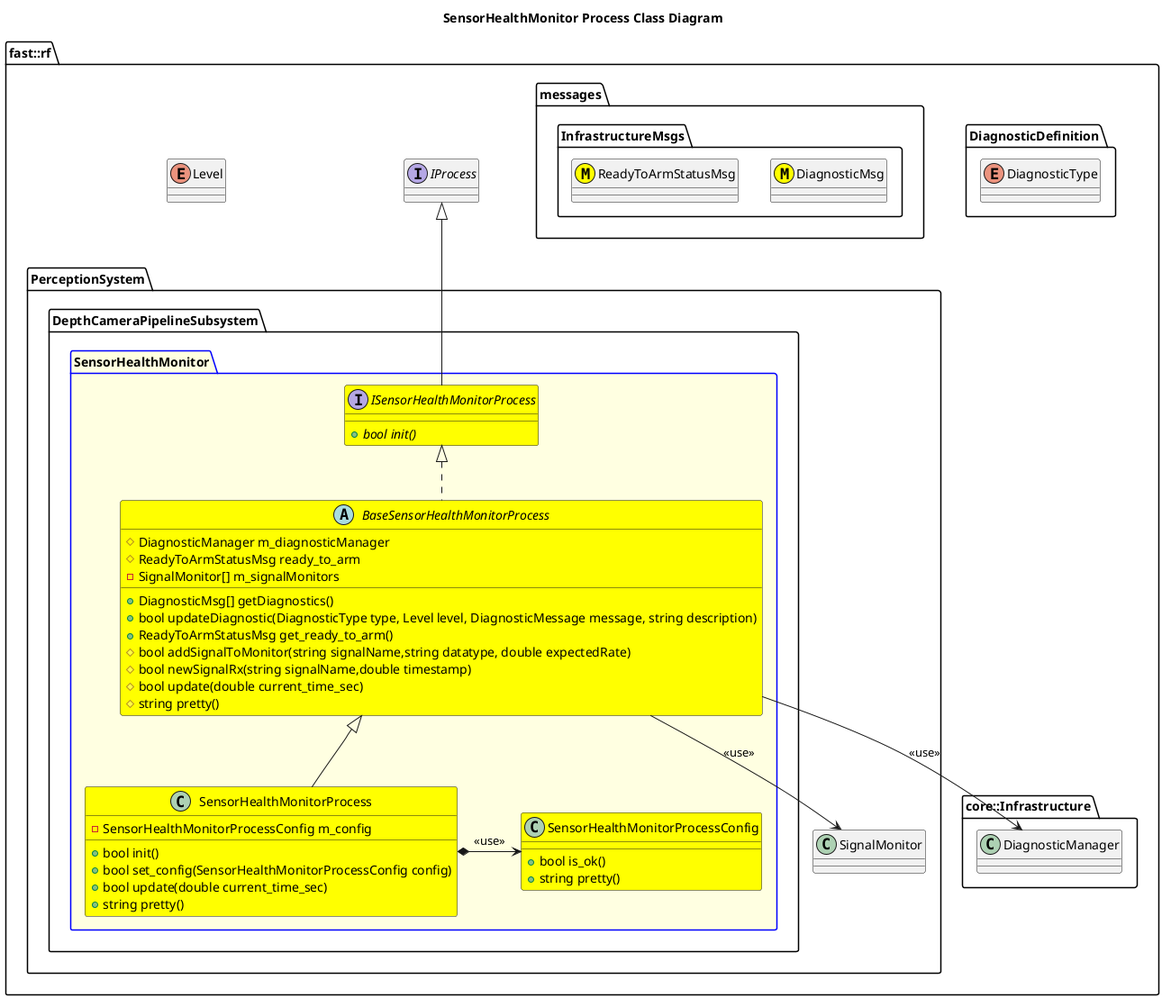
Above: Systems/Perception/Subsystems/DepthCameraPipeline/Processes/SensorHealthMonitor/doc/puml/SensorHealthMonitorProcessClassDiagram.png in fastrobotics/robot_framework (PlantUML), before the change.
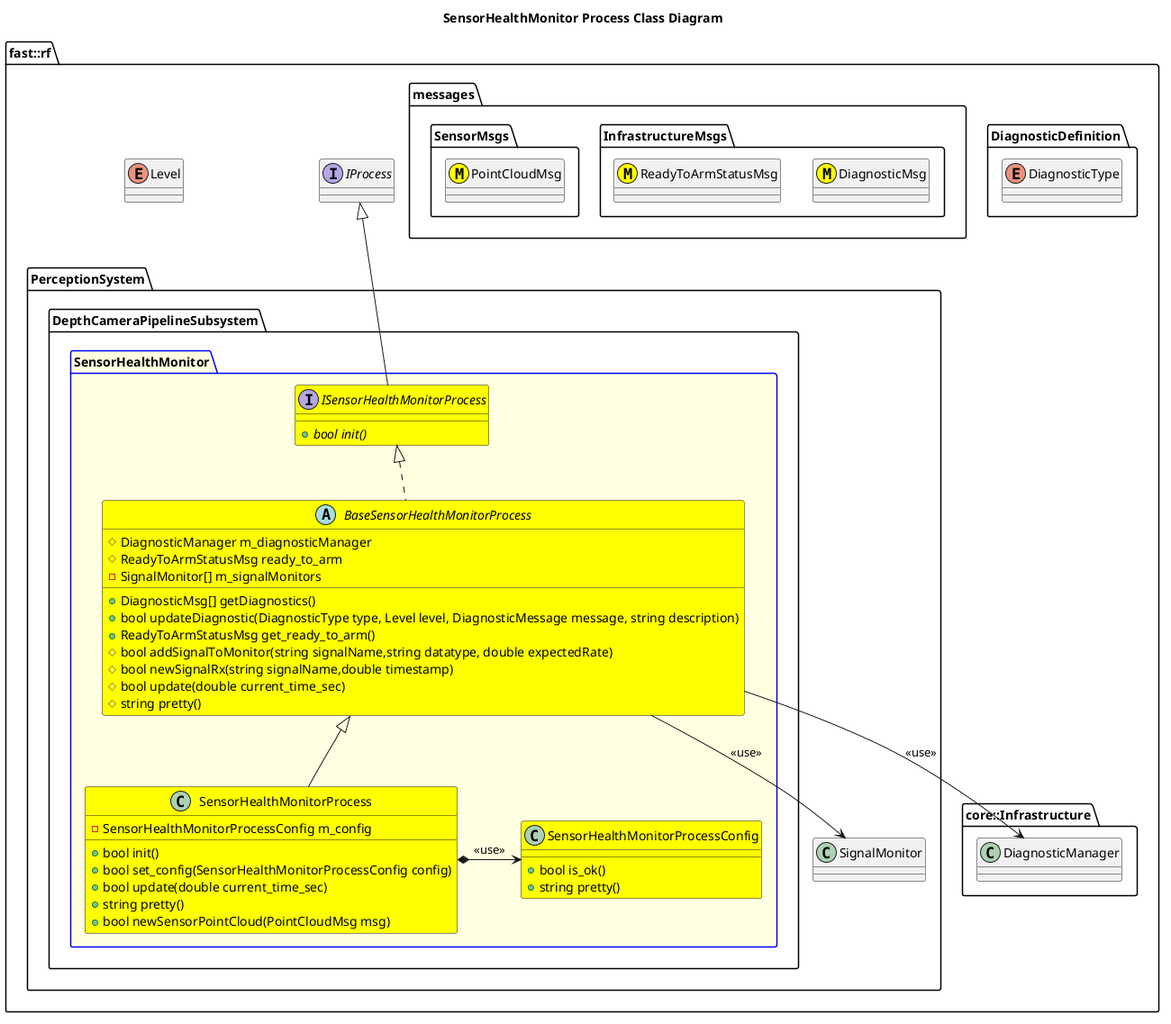
Above is the later version.

Change to the diagram source:
```diff
@@ -11,6 +11,9 @@
         namespace InfrastructureMsgs {
             class DiagnosticMsg <<(M,#FFFF00)>>
             class ReadyToArmStatusMsg <<(M,#FFFF00)>>
+        }
+        namespace SensorMsgs {
+            class PointCloudMsg <<(M,#FFFF00)>>
         }
     }
     namespace core::Infrastructure {
@@ -51,6 +54,7 @@
                 +bool set_config(SensorHealthMonitorProcessConfig config)
                 +bool update(double current_time_sec)
                 +string pretty()
+                +bool newSensorPointCloud(PointCloudMsg msg)
                 -SensorHealthMonitorProcessConfig m_config
             }
             SensorHealthMonitorProcess -up-|> BaseSensorHealthMonitorProcess
```
